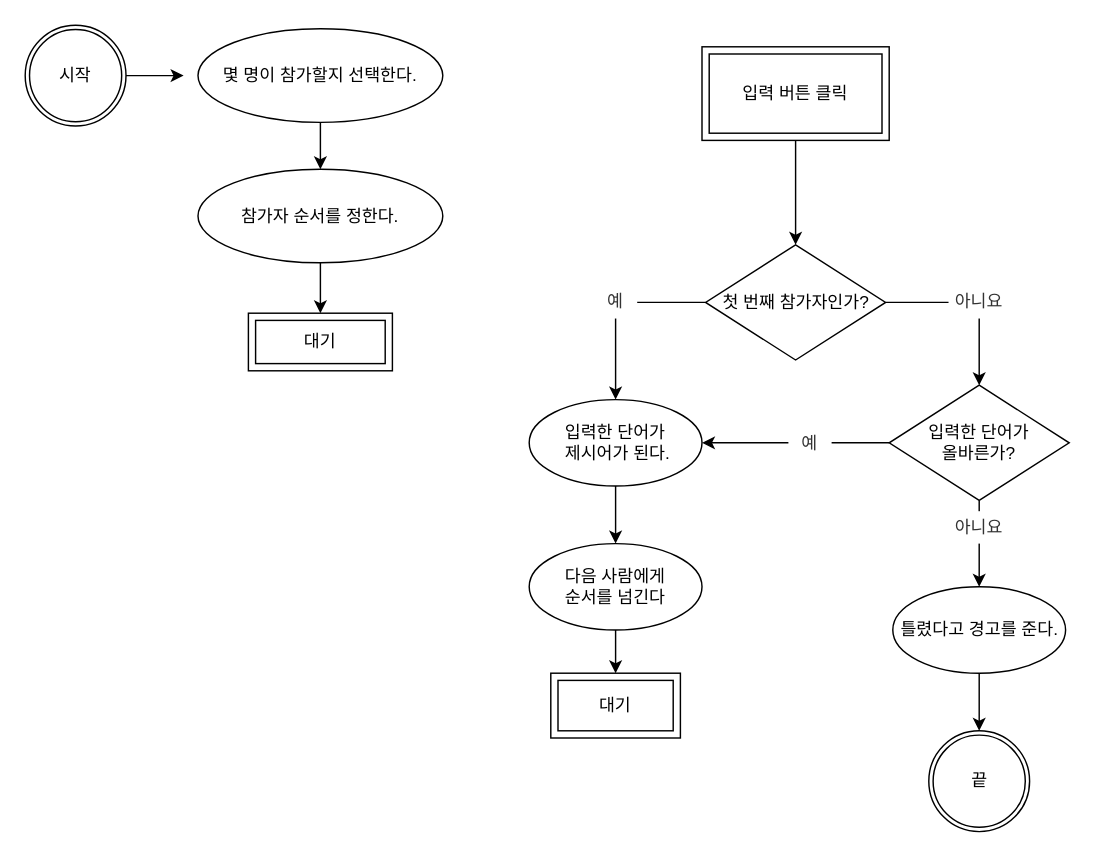
Above: let'sGetIt_JS/DOM객체다루기_끝말잇기게임/끝말잇기.drawio in menduck/TIL (draw.io), before the change. Source tidied: cells renumbered, new cells numbered last; positions are measured from the earlier drawing's top-left corner, leaving out a move shared by most shapes. Both pictures are drawn from the tidied source at 144%, with x=0, y=0 at pixel (24, 24).
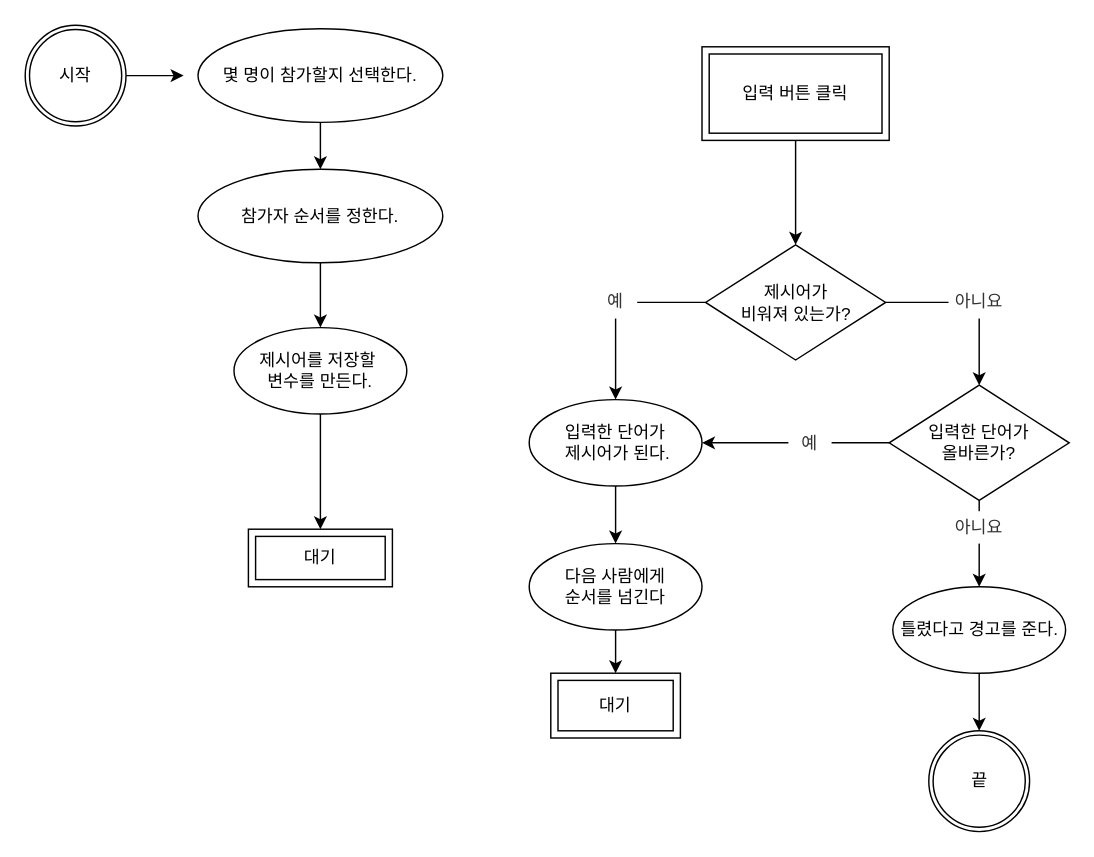
After the change.

Commit message:
끝말잇기.drawio 수정1

The change refers to these unchanged cells:
```xml
<mxCell id="7" value="참가자 순서를 정한다." style="ellipse;whiteSpace=wrap;html=1;" parent="1" vertex="1">
  <mxGeometry x="120" y="100" width="170" height="65" as="geometry" />
</mxCell>
```

What changed in the source:
```diff
@@
-    <mxCell id="6" style="edgeStyle=orthogonalEdgeStyle;rounded=0;jettySize=auto;html=1;entryX=0.5;entryY=0;entryDx=0;entryDy=0;" parent="1" edge="1" source="7" target="8">
-      <mxGeometry relative="1" as="geometry" />
-    </mxCell>
+    <mxCell id="29" style="edgeStyle=orthogonalEdgeStyle;rounded=0;jettySize=auto;html=1;" parent="1" edge="1" source="7" target="31">
+      <mxGeometry relative="1" as="geometry" />
+    </mxCell>
@@
     <mxCell id="8" value="대기" style="shape=ext;margin=3;double=1;whiteSpace=wrap;html=1;align=center;" parent="1" vertex="1">
-      <mxGeometry x="155" y="200" width="100" height="40" as="geometry" />
+      <mxGeometry x="155" y="350" width="100" height="40" as="geometry" />
     </mxCell>
@@
-    <mxCell id="13" value="첫 번째 참가자인가?" style="rhombus;whiteSpace=wrap;html=1;" parent="1" vertex="1">
+    <mxCell id="13" value="제시어가 &lt;br&gt;비워져 있는가?" style="rhombus;whiteSpace=wrap;html=1;" parent="1" vertex="1">
       <mxGeometry x="472.5" y="152.5" width="125" height="80" as="geometry" />
     </mxCell>
@@
+    <mxCell id="30" style="edgeStyle=orthogonalEdgeStyle;rounded=0;jettySize=auto;html=1;exitX=0.5;exitY=1;exitDx=0;exitDy=0;" parent="1" edge="1" source="31" target="8">
+      <mxGeometry relative="1" as="geometry" />
+    </mxCell>
+    <mxCell id="31" value="제시어를 저장할&amp;nbsp;&lt;br&gt;변수를 만든다." style="ellipse;whiteSpace=wrap;html=1;" parent="1" vertex="1">
+      <mxGeometry x="145" y="210" width="120" height="60" as="geometry" />
+    </mxCell>
```
